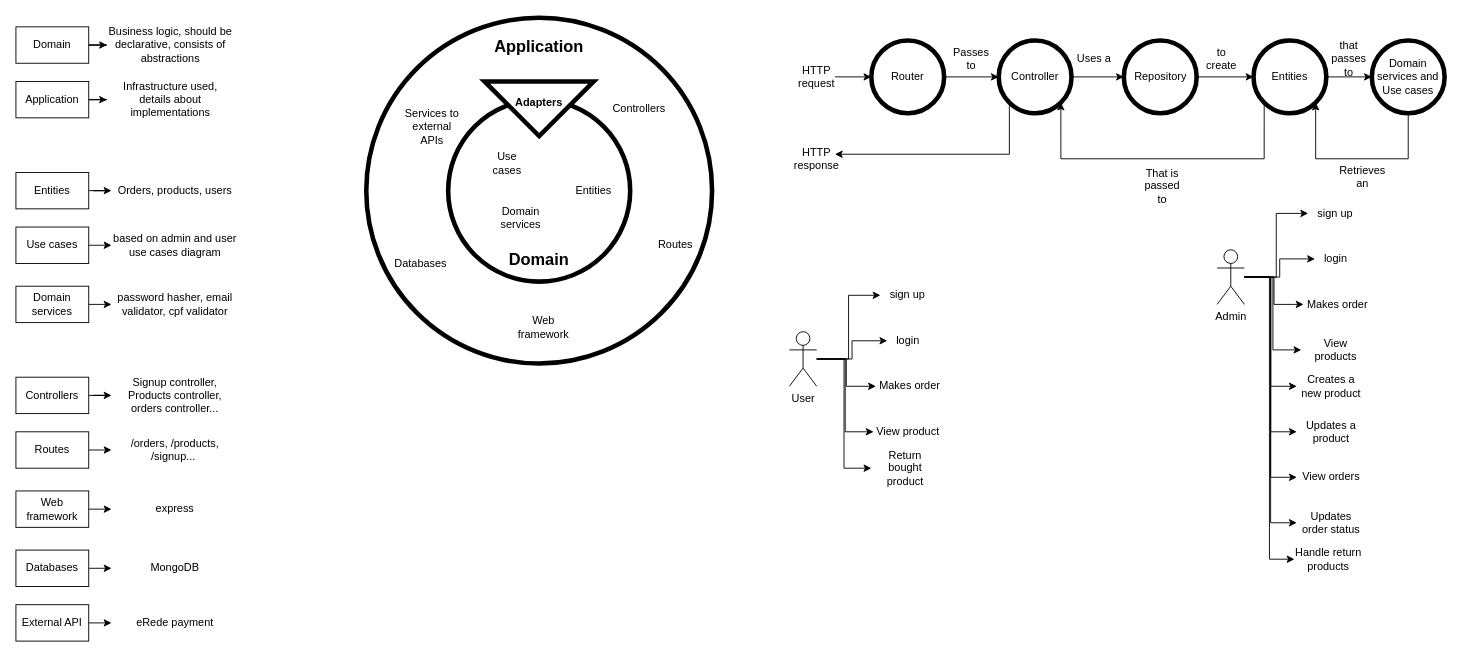
Above: docs/structure.drawio in Nicholas-ar/projeto-new-digital (draw.io), before the change. Source tidied: cells renumbered, new cells numbered last; positions are measured from the earlier drawing's top-left corner, leaving out a move shared by most shapes. Both pictures are drawn from the tidied source at 91%, with x=0, y=0 at pixel (15, 17).
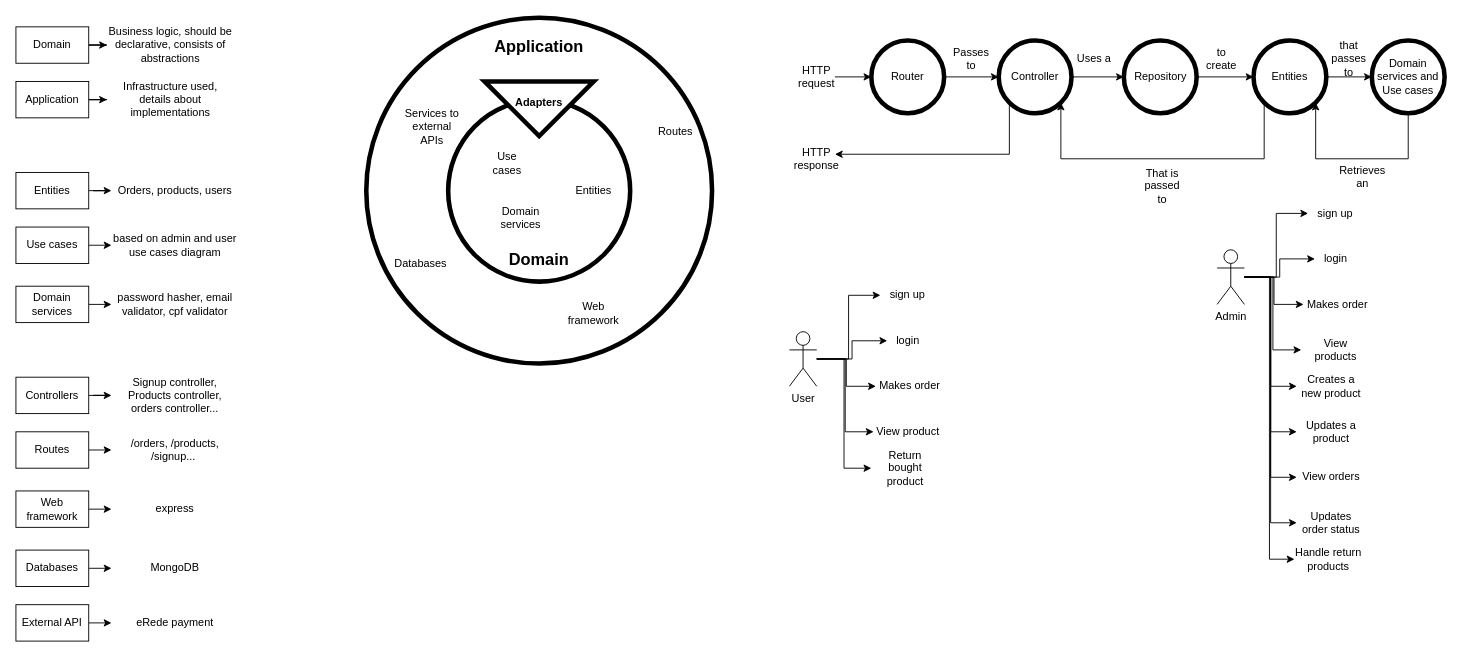
After the change.

Diff of the diagram source:
```diff
@@
-    <mxCell id="10" value="Controllers" style="text;html=1;strokeColor=none;fillColor=none;align=center;verticalAlign=middle;whiteSpace=wrap;rounded=0;" parent="1" vertex="1">
-      <mxGeometry x="665" y="90" width="40" height="20" as="geometry" />
-    </mxCell>
     <mxCell id="11" value="&lt;div&gt;Routes&lt;/div&gt;" style="text;html=1;strokeColor=none;fillColor=none;align=center;verticalAlign=middle;whiteSpace=wrap;rounded=0;" parent="1" vertex="1">
-      <mxGeometry x="705" y="240" width="40" height="20" as="geometry" />
+      <mxGeometry x="705" y="115" width="40" height="20" as="geometry" />
     </mxCell>
@@
     <mxCell id="14" value="Web framework" style="text;html=1;strokeColor=none;fillColor=none;align=center;verticalAlign=middle;whiteSpace=wrap;rounded=0;" parent="1" vertex="1">
-      <mxGeometry x="560" y="330" width="40" height="20" as="geometry" />
+      <mxGeometry x="615" y="315" width="40" height="20" as="geometry" />
     </mxCell>
```
